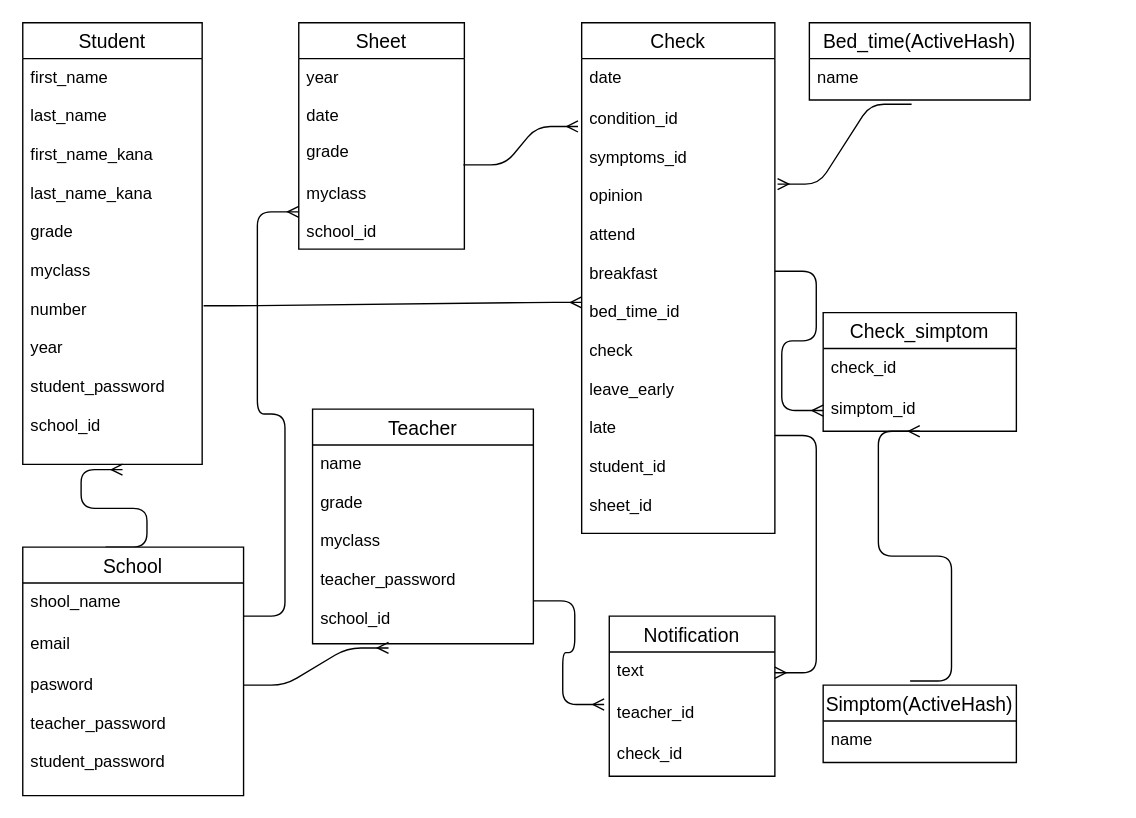
masataku/health_check keeps this draw.io diagram as ER.dio. Above is the earlier version. Source tidied: cells renumbered, new cells numbered last; positions are measured from the earlier drawing's top-left corner, leaving out a move shared by most shapes. Both pictures are drawn from the tidied source at 138%, with x=0, y=0 at pixel (22, 22).
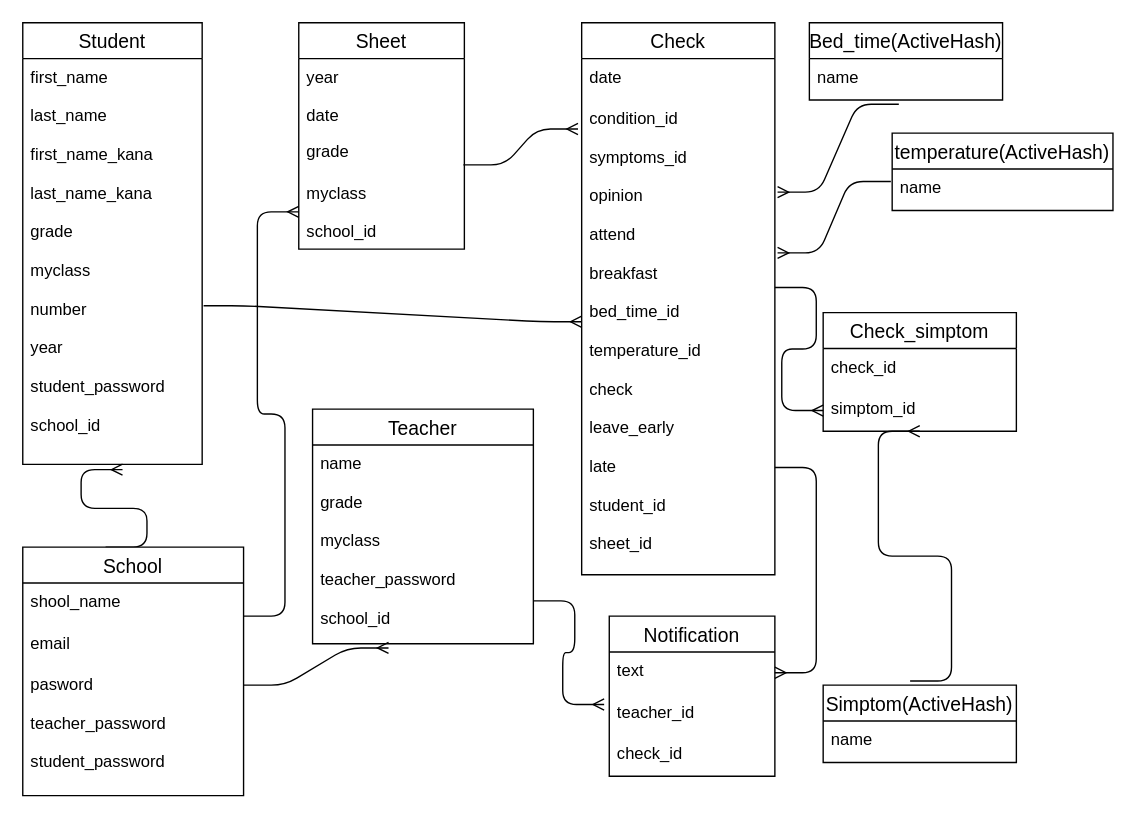
The same diagram, later.

Commit message (it also covers changes not shown here):
テーブル設計にtemperature_id追加

What changed in the source:
```diff
@@
     <mxCell id="5" value="Check" style="swimlane;fontStyle=0;horizontal=1;startSize=26;align=center;fontSize=14;" parent="1" vertex="1">
-      <mxGeometry x="405" width="140" height="370" as="geometry" />
+      <mxGeometry x="405" width="140" height="400" as="geometry" />
     </mxCell>
@@
-    <mxCell id="7" value="condition_id&#10;&#10;symptoms_id&#10;&#10;opinion&#10;&#10;attend&#10;&#10;breakfast&#10;&#10;bed_time_id&#10;&#10;check&#10;&#10;leave_early&#10;&#10;late&#10;&#10;student_id&#10;&#10;sheet_id" style="text;strokeColor=none;fillColor=none;spacingLeft=4;spacingRight=4;overflow=hidden;points=[[0,0.5],[1,0.5]];portConstraint=eastwest;fontSize=12;" parent="5" vertex="1">
-      <mxGeometry y="56" width="140" height="314" as="geometry" />
+    <mxCell id="7" value="condition_id&#10;&#10;symptoms_id&#10;&#10;opinion&#10;&#10;attend&#10;&#10;breakfast&#10;&#10;bed_time_id&#10;&#10;temperature_id&#10;&#10;check&#10;&#10;leave_early&#10;&#10;late&#10;&#10;student_id&#10;&#10;sheet_id" style="text;strokeColor=none;fillColor=none;spacingLeft=4;spacingRight=4;overflow=hidden;points=[[0,0.5],[1,0.5]];portConstraint=eastwest;fontSize=12;" parent="5" vertex="1">
+      <mxGeometry y="56" width="140" height="344" as="geometry" />
     </mxCell>
@@
     <mxCell id="35" value="Bed_time(ActiveHash)" style="swimlane;fontStyle=0;horizontal=1;startSize=26;align=center;fontSize=14;" parent="1" vertex="1">
-      <mxGeometry x="570" width="160" height="56" as="geometry" />
+      <mxGeometry x="570" width="140" height="56" as="geometry" />
     </mxCell>
     <mxCell id="36" value="name" style="text;strokeColor=none;fillColor=none;spacingLeft=4;spacingRight=4;overflow=hidden;points=[[0,0.5],[1,0.5]];portConstraint=eastwest;fontSize=12;" parent="35" vertex="1">
-      <mxGeometry y="26" width="160" height="30" as="geometry" />
+      <mxGeometry y="26" width="140" height="30" as="geometry" />
     </mxCell>
@@
+    <mxCell id="38" value="temperature(ActiveHash)" style="swimlane;fontStyle=0;horizontal=1;startSize=26;align=center;fontSize=14;" parent="1" vertex="1">
+      <mxGeometry x="630" y="80" width="160" height="56" as="geometry" />
+    </mxCell>
+    <mxCell id="39" value="name&#10;" style="text;strokeColor=none;fillColor=none;spacingLeft=4;spacingRight=4;overflow=hidden;points=[[0,0.5],[1,0.5]];portConstraint=eastwest;fontSize=12;" parent="38" vertex="1">
+      <mxGeometry y="26" width="160" height="30" as="geometry" />
+    </mxCell>
+    <mxCell id="40" style="edgeStyle=entityRelationEdgeStyle;fontSize=12;html=1;endArrow=ERmany;entryX=1.014;entryY=0.322;entryDx=0;entryDy=0;entryPerimeter=0;exitX=-0.006;exitY=0.3;exitDx=0;exitDy=0;exitPerimeter=0;" parent="1" edge="1" source="39" target="7">
+      <mxGeometry relative="1" as="geometry" />
+    </mxCell>
```
